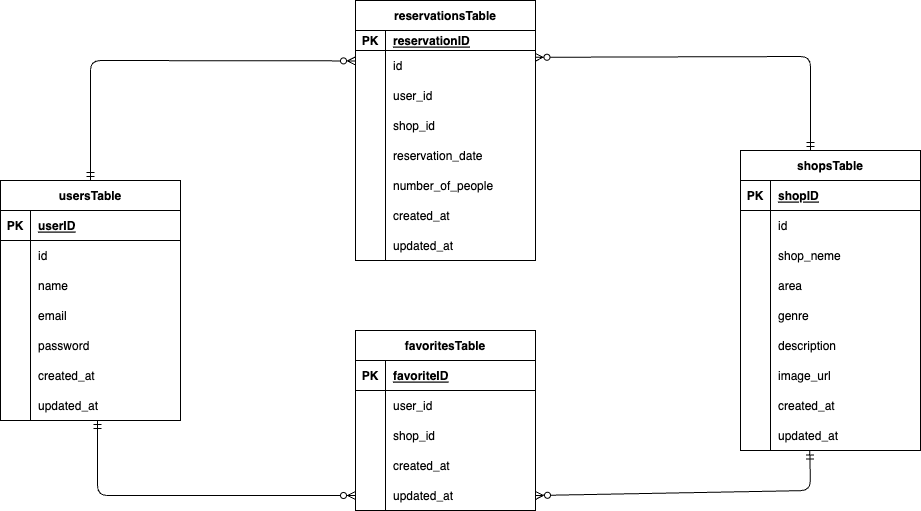
This is src/.drawio.png from uchi-a000/ReservationSystem, a draw.io export, as it was before one commit. Source tidied: cells renumbered, new cells last; positions are measured from the earlier drawing's top-left corner, leaving out a move shared by most shapes.
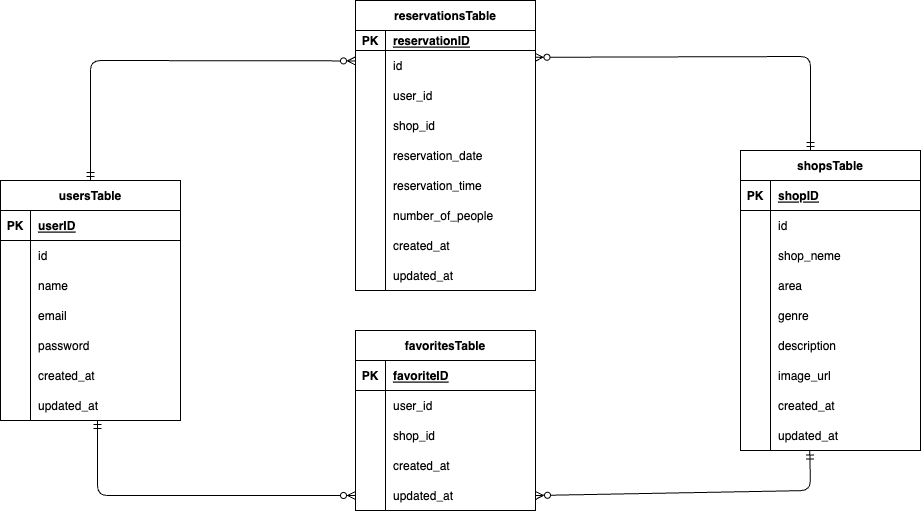
Later version of the same file.

Diff of the diagram source:
```diff
@@ -153,7 +153,7 @@
       <mxGeometry x="30" width="150" height="30" as="geometry" />
     </mxCell>
     <mxCell id="52" value="reservationsTable" style="shape=table;startSize=30;rowLines=0;fontStyle=1;align=center;" parent="1" vertex="1">
-      <mxGeometry x="355" width="180" height="260" as="geometry" />
+      <mxGeometry x="355" width="180" height="290" as="geometry" />
     </mxCell>
     <mxCell id="53" style="shape=tableRow;horizontal=0;startSize=0;swimlaneHead=0;swimlaneBody=0;fillColor=none;top=0;left=0;right=0;bottom=1;" parent="52" vertex="1">
       <mxGeometry y="30" width="180" height="20" as="geometry" />
@@ -200,8 +200,17 @@
     <mxCell id="67" value="reservation_date" style="shape=partialRectangle;fillColor=none;top=0;left=0;bottom=0;right=0;align=left;spacingLeft=6;overflow=hidden;" parent="65" vertex="1">
       <mxGeometry x="30" width="150" height="30" as="geometry" />
     </mxCell>
+    <mxCell id="97" style="shape=tableRow;horizontal=0;startSize=0;swimlaneHead=0;swimlaneBody=0;fillColor=none;top=0;left=0;right=0;bottom=0;" parent="52" vertex="1">
+      <mxGeometry y="170" width="180" height="30" as="geometry" />
+    </mxCell>
+    <mxCell id="98" style="shape=partialRectangle;fillColor=none;top=0;left=0;bottom=0;right=0;overflow=hidden;" parent="97" vertex="1">
+      <mxGeometry width="30" height="30" as="geometry" />
+    </mxCell>
+    <mxCell id="99" value="reservation_time" style="shape=partialRectangle;fillColor=none;top=0;left=0;bottom=0;right=0;align=left;spacingLeft=6;overflow=hidden;" parent="97" vertex="1">
+      <mxGeometry x="30" width="150" height="30" as="geometry" />
+    </mxCell>
     <mxCell id="68" style="shape=tableRow;horizontal=0;startSize=0;swimlaneHead=0;swimlaneBody=0;fillColor=none;top=0;left=0;right=0;bottom=0;" parent="52" vertex="1">
-      <mxGeometry y="170" width="180" height="30" as="geometry" />
+      <mxGeometry y="200" width="180" height="30" as="geometry" />
     </mxCell>
     <mxCell id="69" style="shape=partialRectangle;fillColor=none;top=0;left=0;bottom=0;right=0;overflow=hidden;" parent="68" vertex="1">
       <mxGeometry width="30" height="30" as="geometry" />
@@ -210,7 +219,7 @@
       <mxGeometry x="30" width="150" height="30" as="geometry" />
     </mxCell>
     <mxCell id="71" style="shape=tableRow;horizontal=0;startSize=0;swimlaneHead=0;swimlaneBody=0;fillColor=none;top=0;left=0;right=0;bottom=0;" parent="52" vertex="1">
-      <mxGeometry y="200" width="180" height="30" as="geometry" />
+      <mxGeometry y="230" width="180" height="30" as="geometry" />
     </mxCell>
     <mxCell id="72" style="shape=partialRectangle;fillColor=none;top=0;left=0;bottom=0;right=0;overflow=hidden;" parent="71" vertex="1">
       <mxGeometry width="30" height="30" as="geometry" />
@@ -219,7 +228,7 @@
       <mxGeometry x="30" width="150" height="30" as="geometry" />
     </mxCell>
     <mxCell id="74" style="shape=tableRow;horizontal=0;startSize=0;swimlaneHead=0;swimlaneBody=0;fillColor=none;top=0;left=0;right=0;bottom=0;" parent="52" vertex="1">
-      <mxGeometry y="230" width="180" height="30" as="geometry" />
+      <mxGeometry y="260" width="180" height="30" as="geometry" />
     </mxCell>
     <mxCell id="75" style="shape=partialRectangle;fillColor=none;top=0;left=0;bottom=0;right=0;overflow=hidden;" parent="74" vertex="1">
       <mxGeometry width="30" height="30" as="geometry" />
```
